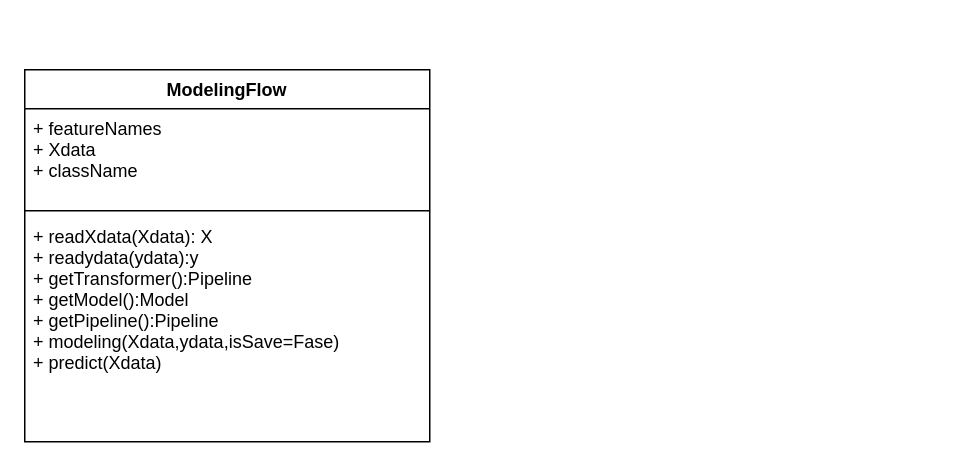
brendonlin/myflowchart keeps this draw.io diagram as modeling_flow.drawio. Above is the earlier version. Source tidied: cells renumbered, new cells numbered last; positions are measured from the earlier drawing's top-left corner, leaving out a move shared by most shapes. Both pictures are drawn from the tidied source at 150%, with x=0, y=0 at pixel (24, 69).
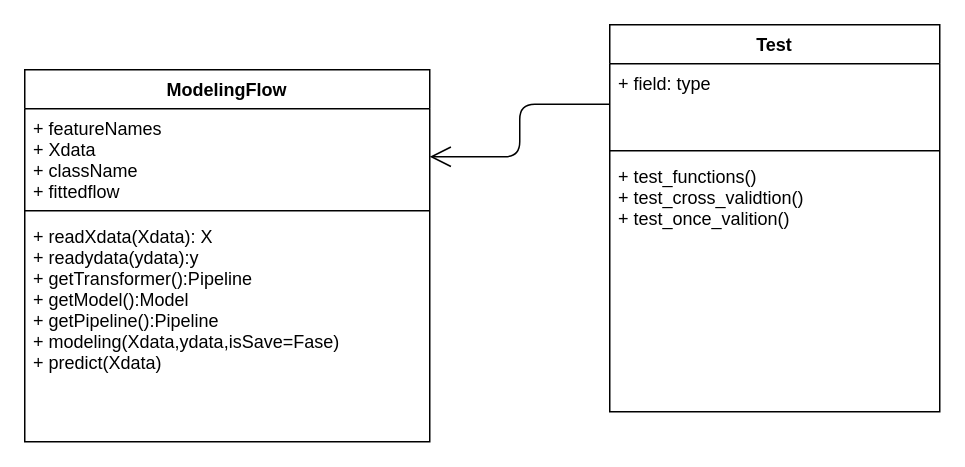
After the change.

Change to the diagram source:
```diff
@@
 <mxGraphModel>
   <root>
     <mxCell id="0" />
     <mxCell id="1" parent="0" />
     <mxCell id="2" value="ModelingFlow" style="swimlane;fontStyle=1;align=center;verticalAlign=top;horizontal=1;startSize=26;" parent="1" vertex="1">
       <mxGeometry width="270" height="248" as="geometry" />
     </mxCell>
-    <mxCell id="3" value="+ featureNames&#10;+ Xdata&#10;+ className" style="text;strokeColor=none;fillColor=none;align=left;verticalAlign=top;spacingLeft=4;spacingRight=4;overflow=hidden;points=[[0,0.5],[1,0.5]];portConstraint=eastwest;" parent="2" vertex="1">
+    <mxCell id="3" value="+ featureNames&#10;+ Xdata&#10;+ className&#10;+ fittedflow" style="text;strokeColor=none;fillColor=none;align=left;verticalAlign=top;spacingLeft=4;spacingRight=4;overflow=hidden;points=[[0,0.5],[1,0.5]];portConstraint=eastwest;" parent="2" vertex="1">
       <mxGeometry y="26" width="270" height="64" as="geometry" />
     </mxCell>
     <mxCell id="4" style="line;strokeWidth=1;fillColor=none;align=left;verticalAlign=middle;spacingTop=-1;spacingLeft=3;spacingRight=3;labelPosition=right;" parent="2" vertex="1">
       <mxGeometry y="90" width="270" height="8" as="geometry" />
     </mxCell>
     <mxCell id="5" value="+ readXdata(Xdata): X&#10;+ readydata(ydata):y&#10;+ getTransformer():Pipeline&#10;+ getModel():Model&#10;+ getPipeline():Pipeline&#10;+ modeling(Xdata,ydata,isSave=Fase)&#10;+ predict(Xdata)&#10;" style="text;strokeColor=none;fillColor=none;align=left;verticalAlign=top;spacingLeft=4;spacingRight=4;overflow=hidden;" parent="2" vertex="1">
       <mxGeometry y="98" width="270" height="150" as="geometry" />
     </mxCell>
+    <mxCell id="6" value="Test" style="swimlane;fontStyle=1;align=center;verticalAlign=top;horizontal=1;startSize=26;" parent="1" vertex="1">
+      <mxGeometry x="390" y="-30" width="220" height="258" as="geometry" />
+    </mxCell>
+    <mxCell id="7" value="+ field: type" style="text;strokeColor=none;fillColor=none;align=left;verticalAlign=top;spacingLeft=4;spacingRight=4;overflow=hidden;points=[[0,0.5],[1,0.5]];portConstraint=eastwest;" parent="6" vertex="1">
+      <mxGeometry y="26" width="220" height="54" as="geometry" />
+    </mxCell>
+    <mxCell id="8" style="line;strokeWidth=1;fillColor=none;align=left;verticalAlign=middle;spacingTop=-1;spacingLeft=3;spacingRight=3;labelPosition=right;" parent="6" vertex="1">
+      <mxGeometry y="80" width="220" height="8" as="geometry" />
+    </mxCell>
+    <mxCell id="9" value="+ test_functions()&#10;+ test_cross_validtion()&#10;+ test_once_valition()" style="text;strokeColor=none;fillColor=none;align=left;verticalAlign=top;spacingLeft=4;spacingRight=4;overflow=hidden;" parent="6" vertex="1">
+      <mxGeometry y="88" width="220" height="170" as="geometry" />
+    </mxCell>
+    <mxCell id="10" style="endArrow=open;endFill=1;endSize=12;html=1;exitX=0;exitY=0.5;exitDx=0;exitDy=0;entryX=1;entryY=0.5;entryDx=0;entryDy=0;edgeStyle=orthogonalEdgeStyle;" parent="1" edge="1" source="7" target="3">
+      <mxGeometry relative="1" as="geometry" />
+    </mxCell>
   </root>
 </mxGraphModel>
```
